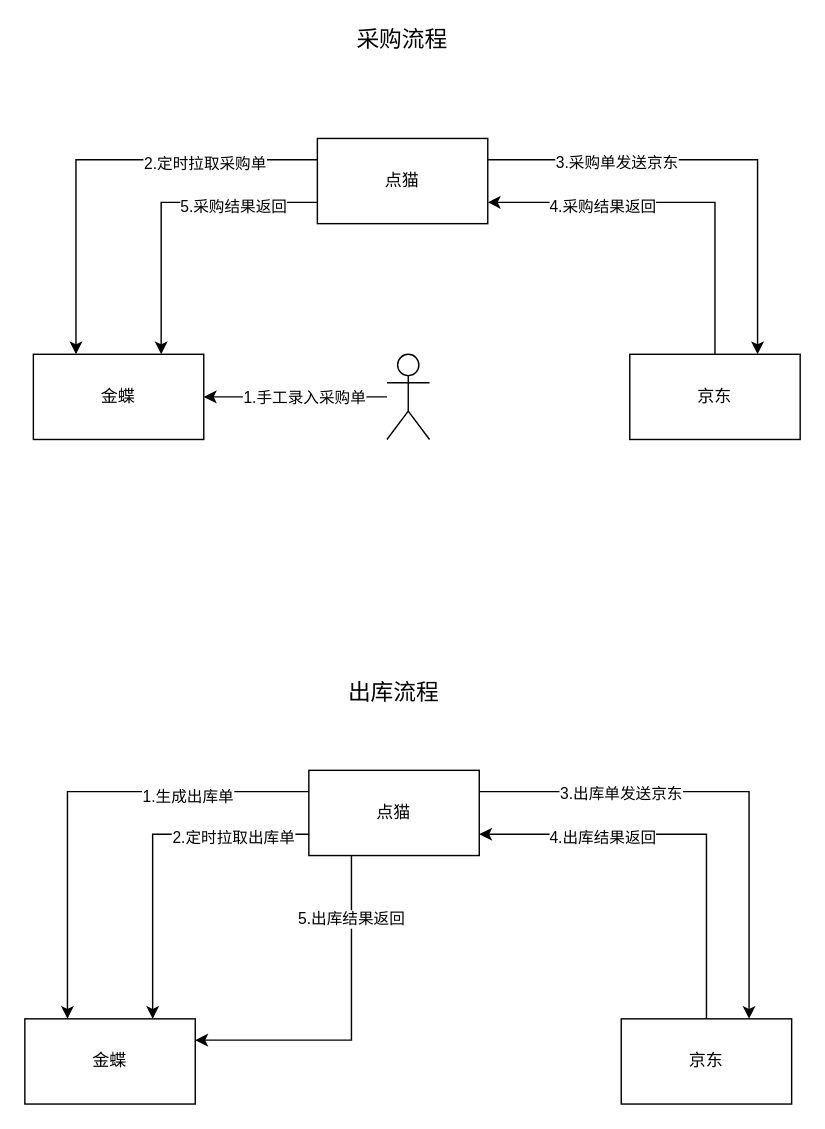
Before: kingdee-jd-business.drawio in yindongjun/drawio-2, a draw.io diagram. Source tidied: cells renumbered, new cells numbered last; positions are measured from the earlier drawing's top-left corner, leaving out a move shared by most shapes. Both pictures are drawn from the tidied source at 142%, with x=0, y=0 at pixel (24, 24).
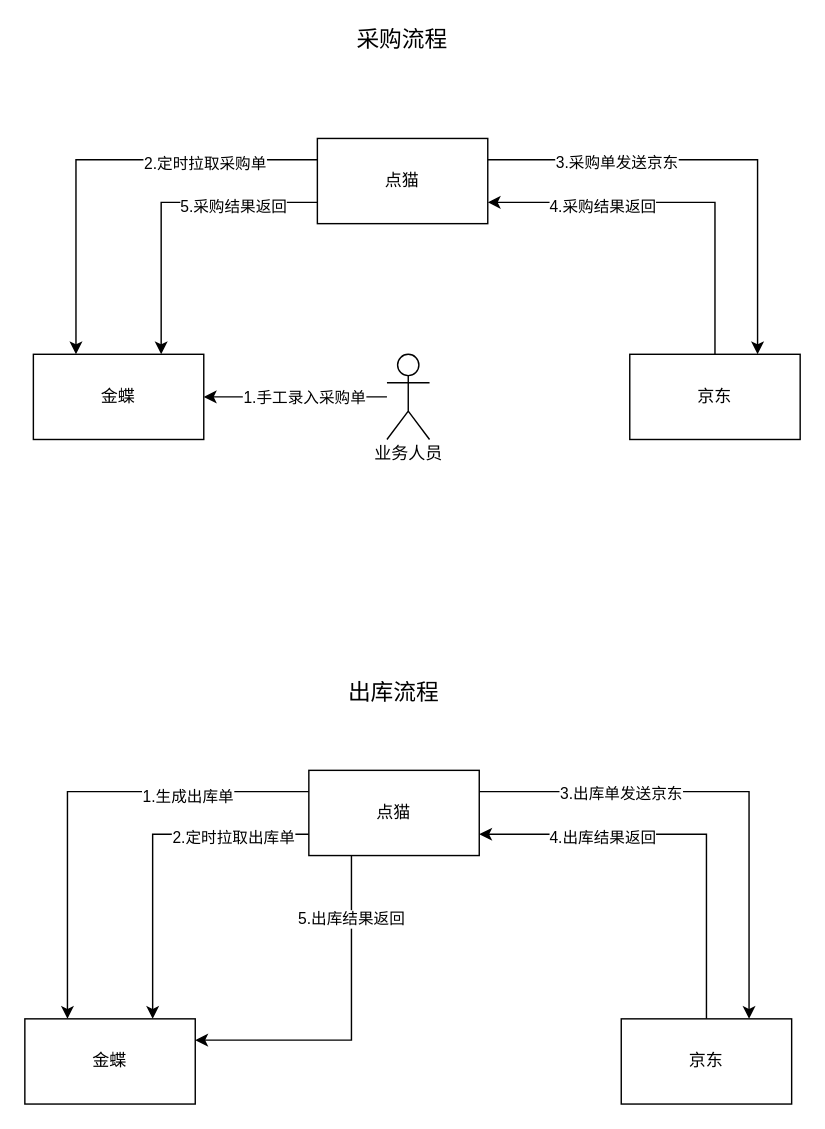
The same diagram, later.

Change to the diagram source:
```diff
@@
+    <mxCell id="31" value="业务人员" style="text;html=1;align=center;verticalAlign=middle;fontSize=12;" parent="1" vertex="1">
+      <mxGeometry x="240" y="292" width="60" height="20" as="geometry" />
+    </mxCell>
```
